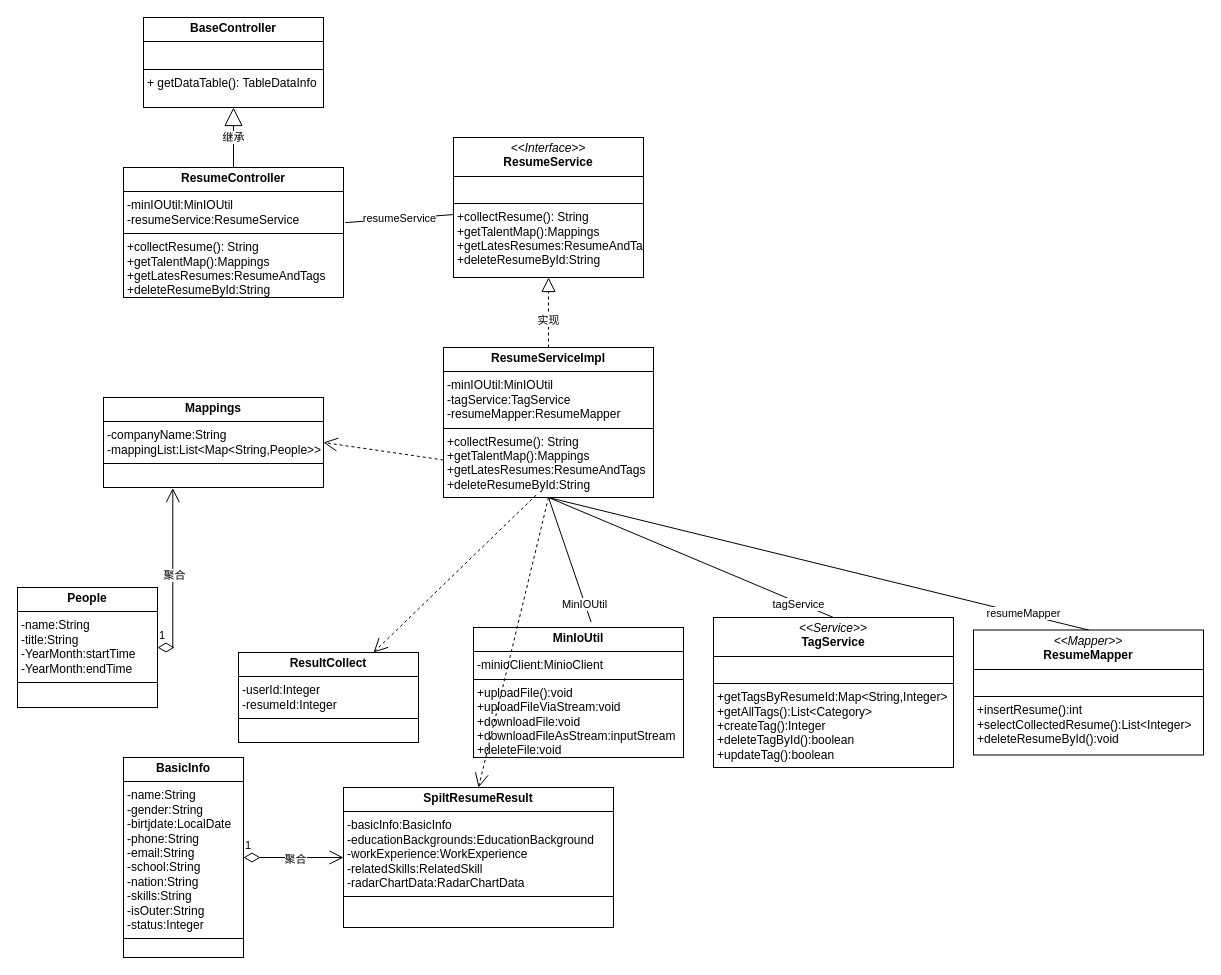
beyondgogogo/Graph keeps this draw.io diagram as page "第 4 页" (4 of 7) of 毕设用例图.drawio. Above is the earlier version. Source tidied: cells renumbered, new cells numbered last; positions are measured from the earlier drawing's top-left corner, leaving out a move shared by most shapes. Both pictures are drawn from the tidied source at 100%, with x=0, y=0 at pixel (17, 17).
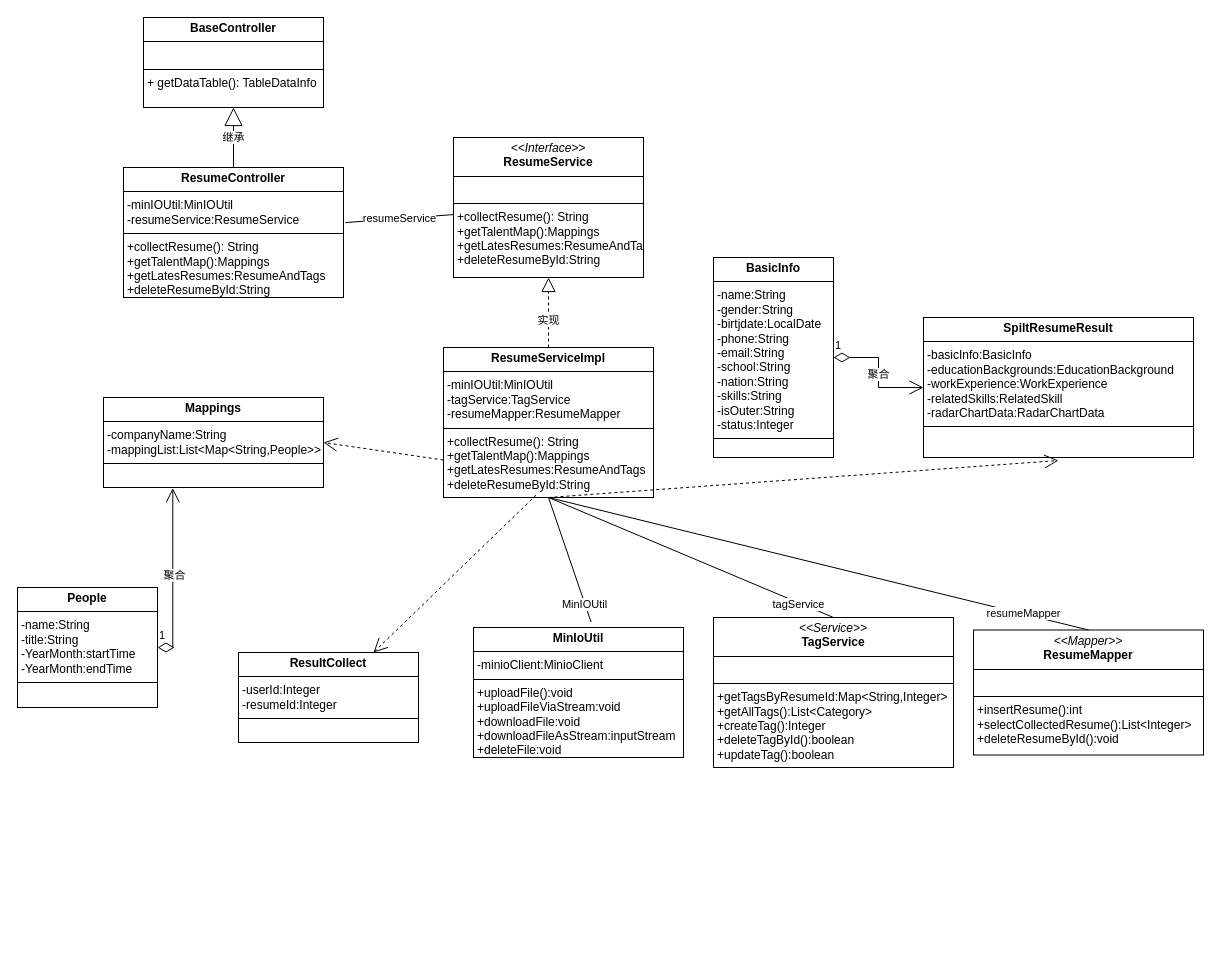
The same page after the edit.

Commit message:
更新毕设用例图.drawio

The change refers to these unchanged cells:
```xml
<mxCell id="5" value="&lt;p style=&quot;margin:0px;margin-top:4px;text-align:center;&quot;&gt;&lt;b&gt;ResumeServiceImpl&lt;/b&gt;&lt;/p&gt;&lt;hr size=&quot;1&quot; style=&quot;border-style:solid;&quot;&gt;&lt;p style=&quot;margin:0px;margin-left:4px;&quot;&gt;-minIOUtil:MinIOUtil&lt;br&gt;-tagService:TagService&lt;br&gt;-resumeMapper:ResumeMapper&lt;/p&gt;&lt;hr size=&quot;1&quot; style=&quot;border-style:solid;&quot;&gt;&lt;p style=&quot;margin:0px;margin-left:4px;&quot;&gt;+collectResume(): String&lt;br&gt;+getTalentMap():Mappings&lt;br&gt;+getLatesResumes:ResumeAndTags&lt;br&gt;+deleteResumeById:String&lt;br&gt;&lt;/p&gt;" style="verticalAlign=top;align=left;overflow=fill;html=1;whiteSpace=wrap;" parent="1" vertex="1">
  <mxGeometry x="426" y="330" width="210" height="150" as="geometry" />
</mxCell>
```

What changed in the source:
```diff
@@
     <mxCell id="9" value="&lt;p style=&quot;margin:0px;margin-top:4px;text-align:center;&quot;&gt;&lt;b&gt;BasicInfo&lt;/b&gt;&lt;/p&gt;&lt;hr size=&quot;1&quot; style=&quot;border-style:solid;&quot;&gt;&lt;p style=&quot;margin:0px;margin-left:4px;&quot;&gt;-name:String&lt;/p&gt;&lt;p style=&quot;margin:0px;margin-left:4px;&quot;&gt;-gender:String&lt;br&gt;-birtjdate:LocalDate&lt;br&gt;-phone:String&lt;br&gt;-email:String&lt;br&gt;-school:String&lt;br&gt;-nation:String&lt;br&gt;-skills:String&lt;br&gt;-isOuter:String&lt;br&gt;-status:Integer&lt;/p&gt;&lt;hr size=&quot;1&quot; style=&quot;border-style:solid;&quot;&gt;&lt;p style=&quot;margin:0px;margin-left:4px;&quot;&gt;&lt;br&gt;&lt;/p&gt;" style="verticalAlign=top;align=left;overflow=fill;html=1;whiteSpace=wrap;" parent="1" vertex="1">
-      <mxGeometry x="106" y="740" width="120" height="200" as="geometry" />
+      <mxGeometry x="696" y="240" width="120" height="200" as="geometry" />
     </mxCell>
     <mxCell id="10" value="&lt;p style=&quot;margin:0px;margin-top:4px;text-align:center;&quot;&gt;&lt;b&gt;SpiltResumeResult&lt;/b&gt;&lt;/p&gt;&lt;hr size=&quot;1&quot; style=&quot;border-style:solid;&quot;&gt;&lt;p style=&quot;margin:0px;margin-left:4px;&quot;&gt;-basicInfo:BasicInfo&lt;br&gt;-educationBackgrounds:EducationBackground&lt;br&gt;-workExperience:WorkExperience&lt;br&gt;-relatedSkills:RelatedSkill&lt;br&gt;-radarChartData:RadarChartData&lt;/p&gt;&lt;hr size=&quot;1&quot; style=&quot;border-style:solid;&quot;&gt;&lt;p style=&quot;margin:0px;margin-left:4px;&quot;&gt;&lt;br&gt;&lt;/p&gt;" style="verticalAlign=top;align=left;overflow=fill;html=1;whiteSpace=wrap;" parent="1" vertex="1">
-      <mxGeometry x="326" y="770" width="270" height="140" as="geometry" />
+      <mxGeometry x="906" y="300" width="270" height="140" as="geometry" />
     </mxCell>
@@
-    <mxCell id="23" style="endArrow=open;endSize=12;dashed=1;html=1;rounded=0;exitX=0.5;exitY=1;exitDx=0;exitDy=0;entryX=0.5;entryY=0;entryDx=0;entryDy=0;" parent="1" edge="1" source="5" target="10">
-      <mxGeometry relative="1" as="geometry" />
+    <mxCell id="23" style="endArrow=open;endSize=12;dashed=1;html=1;rounded=0;exitX=0.5;exitY=1;exitDx=0;exitDy=0;" parent="1" edge="1" source="5">
+      <mxGeometry relative="1" as="geometry">
+        <mxPoint x="1041" y="443" as="targetPoint" />
+      </mxGeometry>
     </mxCell>
```
